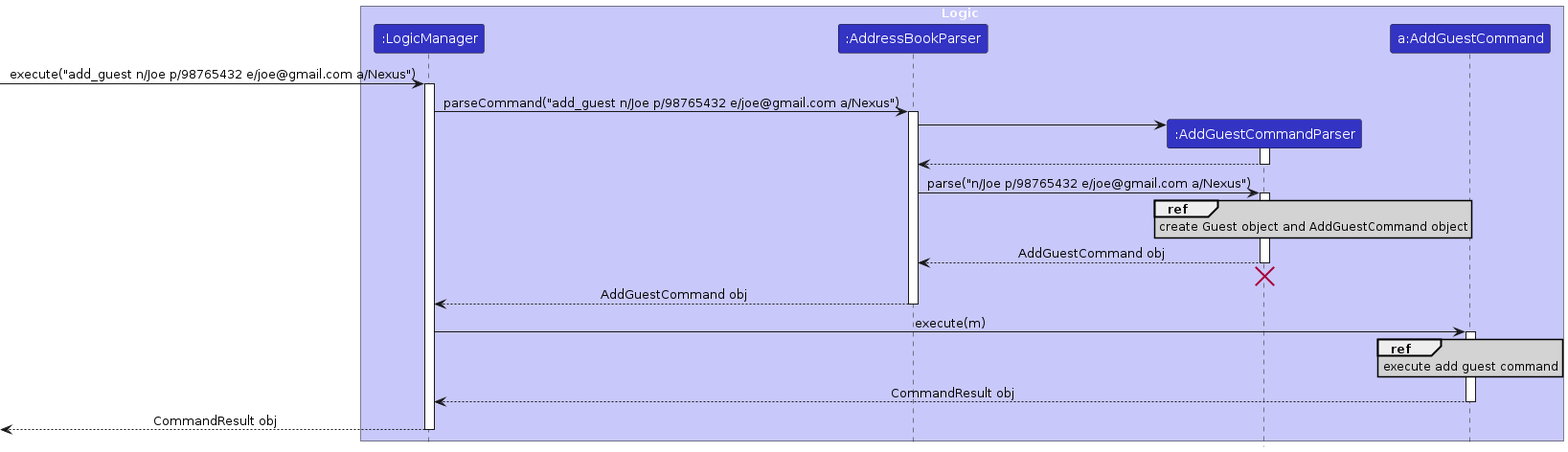
Above: diagrams/AddGuestSequenceDiagramP1.png in AY2425S1-CS2103T-F09-3/tp (PlantUML), before the change. Its source is kept beside it as diagrams/AddGuestSequenceDiagramP1.puml.
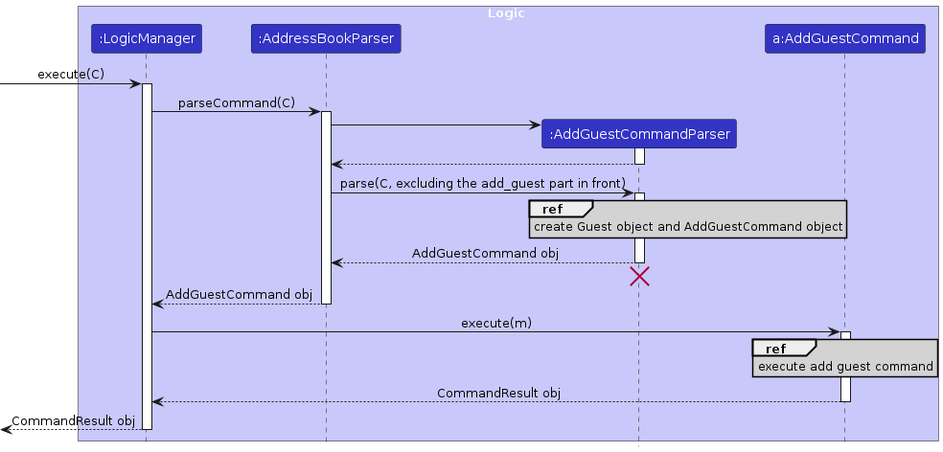
After the commit.

Diff of the diagram source:
```diff
@@ -10,10 +10,10 @@
 participant "a:AddGuestCommand" as AddGuestCommand LOGIC_COLOR
 end box
 
-[-> LogicManager : execute("add_guest n/Joe p/98765432 e/joe@gmail.com a/Nexus")
+[-> LogicManager : execute(C)
 activate LogicManager
 
-LogicManager -> AddressBookParser : parseCommand("add_guest n/Joe p/98765432 e/joe@gmail.com a/Nexus")
+LogicManager -> AddressBookParser : parseCommand(C)
 activate AddressBookParser
 
 create AddGuestCommandParser
@@ -23,7 +23,7 @@
 AddGuestCommandParser --> AddressBookParser
 deactivate AddGuestCommandParser
 
-AddressBookParser -> AddGuestCommandParser : parse("n/Joe p/98765432 e/joe@gmail.com a/Nexus")
+AddressBookParser -> AddGuestCommandParser : parse(C, excluding the add_guest part in front)
 activate AddGuestCommandParser
 
 ref over AddGuestCommandParser
```
